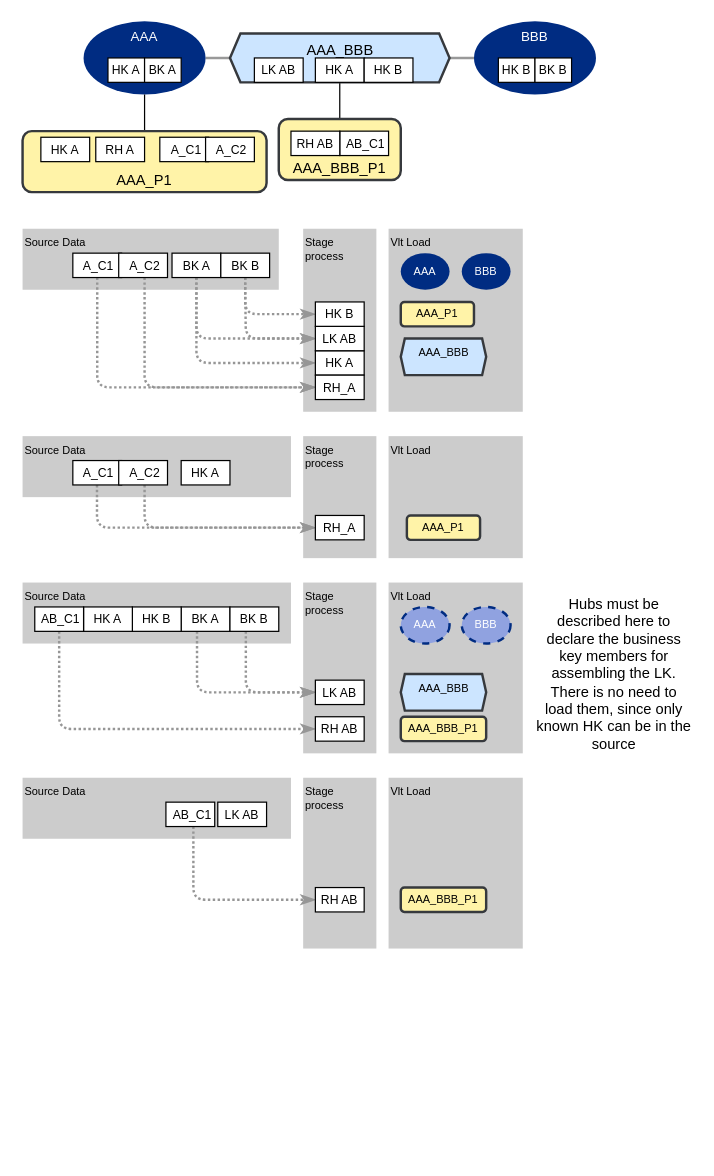
Earlier version of the draw.io diagram documentation/images/hash_source_scenarios.drawio (cimt-ag/data_vault_pipelinedescription). Source tidied: cells renumbered, new cells numbered last; positions are measured from the earlier drawing's top-left corner, leaving out a move shared by most shapes. Both pictures are drawn from the tidied source at 122%, with x=0, y=0 at pixel (22, 21).
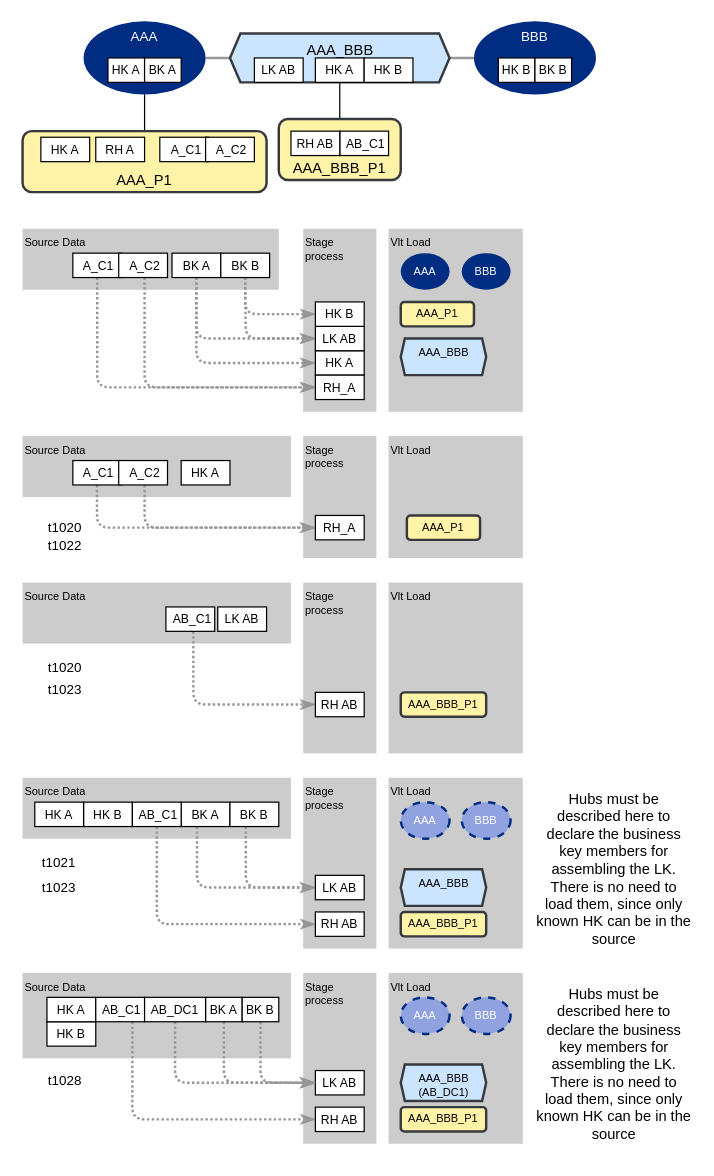
After the change.

Commit message (it also covers changes not shown here):
Added test for use_as_key_hash

What changed in the source:
```diff
@@
     <mxCell id="2" value="Stage &lt;br style=&quot;font-size: 9px;&quot;&gt;process" style="rounded=0;whiteSpace=wrap;html=1;fontFamily=Helvetica;fontSize=9;fontColor=#000000;verticalAlign=top;fillColor=#CCCCCC;strokeColor=none;align=left;" parent="1" vertex="1">
-      <mxGeometry x="230" y="460" width="60" height="140" as="geometry" />
+      <mxGeometry x="230" y="620" width="60" height="140" as="geometry" />
     </mxCell>
     <mxCell id="3" value="Source Data" style="rounded=0;whiteSpace=wrap;html=1;fontFamily=Helvetica;fontSize=9;fontColor=#000000;verticalAlign=top;fillColor=#CCCCCC;strokeColor=none;align=left;" parent="1" vertex="1">
-      <mxGeometry y="460" width="220" height="50" as="geometry" />
+      <mxGeometry y="620" width="220" height="50" as="geometry" />
     </mxCell>
@@
     <mxCell id="21" style="edgeStyle=orthogonalEdgeStyle;shape=connector;rounded=1;jumpStyle=none;jettySize=auto;html=1;dashed=1;dashPattern=1 1;labelBackgroundColor=default;strokeColor=#969696;strokeWidth=2;fontFamily=Helvetica;fontSize=11;fontColor=#C2C2C2;endArrow=classicThin;endFill=1;" parent="1" edge="1" source="22" target="25">
       <mxGeometry relative="1" as="geometry">
         <Array as="points">
-          <mxPoint x="143" y="550" />
+          <mxPoint x="143" y="710" />
         </Array>
       </mxGeometry>
     </mxCell>
     <mxCell id="22" value="BK A" style="rounded=0;whiteSpace=wrap;html=1;fontSize=10;" parent="1" vertex="1">
-      <mxGeometry x="130" y="480" width="40" height="20" as="geometry" />
+      <mxGeometry x="130" y="640" width="40" height="20" as="geometry" />
     </mxCell>
     <mxCell id="23" style="edgeStyle=orthogonalEdgeStyle;shape=connector;rounded=1;jumpStyle=none;jettySize=auto;html=1;dashed=1;dashPattern=1 1;labelBackgroundColor=default;strokeColor=#969696;strokeWidth=2;fontFamily=Helvetica;fontSize=11;fontColor=#C2C2C2;endArrow=classicThin;endFill=1;" parent="1" edge="1" source="24" target="25">
       <mxGeometry relative="1" as="geometry">
         <Array as="points">
-          <mxPoint x="183" y="510" />
-          <mxPoint x="183" y="510" />
-          <mxPoint x="183" y="550" />
+          <mxPoint x="183" y="670" />
+          <mxPoint x="183" y="670" />
+          <mxPoint x="183" y="710" />
         </Array>
       </mxGeometry>
     </mxCell>
     <mxCell id="24" value="BK B" style="rounded=0;whiteSpace=wrap;html=1;fontSize=10;" parent="1" vertex="1">
-      <mxGeometry x="170" y="480" width="40" height="20" as="geometry" />
+      <mxGeometry x="170" y="640" width="40" height="20" as="geometry" />
     </mxCell>
     <mxCell id="25" value="LK AB" style="rounded=0;whiteSpace=wrap;html=1;fontSize=10;" parent="1" vertex="1">
-      <mxGeometry x="240" y="540" width="40" height="20" as="geometry" />
+      <mxGeometry x="240" y="700" width="40" height="20" as="geometry" />
     </mxCell>
     <mxCell id="26" value="Vlt Load" style="rounded=0;whiteSpace=wrap;html=1;fontFamily=Helvetica;fontSize=9;fontColor=#000000;verticalAlign=top;fillColor=#CCCCCC;strokeColor=none;align=left;" parent="1" vertex="1">
-      <mxGeometry x="300" y="460" width="110" height="140" as="geometry" />
+      <mxGeometry x="300" y="620" width="110" height="140" as="geometry" />
     </mxCell>
@@
     <mxCell id="29" value="AAA" style="strokeWidth=2;html=1;shape=mxgraph.flowchart.start_1;whiteSpace=wrap;strokeColor=#002C82;fontColor=#ffffff;fillColor=#90A2E0;fontFamily=Helvetica;fontSize=9;verticalAlign=middle;dashed=1;" parent="1" vertex="1">
-      <mxGeometry x="310" y="480" width="40" height="30" as="geometry" />
+      <mxGeometry x="310" y="640" width="40" height="30" as="geometry" />
     </mxCell>
     <mxCell id="30" value="AAA_BBB" style="verticalLabelPosition=middle;verticalAlign=top;html=1;shape=hexagon;perimeter=hexagonPerimeter2;arcSize=6;size=0.047619047619047616;fillColor=#cce5ff;strokeColor=#36393d;strokeWidth=2;labelPosition=center;align=center;fontSize=9;" parent="1" vertex="1">
-      <mxGeometry x="310" y="535" width="70" height="30" as="geometry" />
+      <mxGeometry x="310" y="695" width="70" height="30" as="geometry" />
     </mxCell>
     <mxCell id="31" value="BBB" style="strokeWidth=2;html=1;shape=mxgraph.flowchart.start_1;whiteSpace=wrap;strokeColor=#002C82;fontColor=#ffffff;fillColor=#90A2E0;fontFamily=Helvetica;fontSize=9;verticalAlign=middle;dashed=1;" parent="1" vertex="1">
-      <mxGeometry x="360" y="480" width="40" height="30" as="geometry" />
+      <mxGeometry x="360" y="640" width="40" height="30" as="geometry" />
     </mxCell>
@@
     <mxCell id="63" value="HK B" style="rounded=0;whiteSpace=wrap;html=1;fontSize=10;" parent="1" vertex="1">
-      <mxGeometry x="90" y="480" width="40" height="20" as="geometry" />
+      <mxGeometry x="50" y="640" width="40" height="20" as="geometry" />
     </mxCell>
     <mxCell id="64" value="HK A" style="rounded=0;whiteSpace=wrap;html=1;fontSize=10;" parent="1" vertex="1">
-      <mxGeometry x="50" y="480" width="40" height="20" as="geometry" />
+      <mxGeometry x="10" y="640" width="40" height="20" as="geometry" />
     </mxCell>
@@
     <mxCell id="68" style="edgeStyle=orthogonalEdgeStyle;shape=connector;rounded=1;jumpStyle=none;jettySize=auto;html=1;entryX=0;entryY=0.5;entryDx=0;entryDy=0;dashed=1;dashPattern=1 1;labelBackgroundColor=default;strokeColor=#969696;strokeWidth=2;fontFamily=Helvetica;fontSize=11;fontColor=#C2C2C2;endArrow=classicThin;endFill=1;" parent="1" edge="1" source="69" target="70">
       <mxGeometry relative="1" as="geometry">
         <Array as="points">
-          <mxPoint x="30" y="580" />
+          <mxPoint x="110" y="740" />
         </Array>
       </mxGeometry>
     </mxCell>
     <mxCell id="69" value="&amp;nbsp;AB_C1" style="rounded=0;whiteSpace=wrap;html=1;fontSize=10;" parent="1" vertex="1">
-      <mxGeometry x="10" y="480" width="40" height="20" as="geometry" />
+      <mxGeometry x="90" y="640" width="40" height="20" as="geometry" />
     </mxCell>
     <mxCell id="70" value="RH AB" style="rounded=0;whiteSpace=wrap;html=1;fontSize=10;" parent="1" vertex="1">
-      <mxGeometry x="240" y="570" width="40" height="20" as="geometry" />
+      <mxGeometry x="240" y="730" width="40" height="20" as="geometry" />
     </mxCell>
     <mxCell id="71" value="AAA_BBB_P1" style="rounded=1;whiteSpace=wrap;html=1;strokeColor=#36393d;fillColor=#FFF3A8;strokeWidth=2;verticalAlign=middle;fontSize=9;" parent="1" vertex="1">
-      <mxGeometry x="310" y="570" width="70" height="20" as="geometry" />
+      <mxGeometry x="310" y="730" width="70" height="20" as="geometry" />
     </mxCell>
     <mxCell id="72" value="Stage &lt;br style=&quot;font-size: 9px;&quot;&gt;process" style="rounded=0;whiteSpace=wrap;html=1;fontFamily=Helvetica;fontSize=9;fontColor=#000000;verticalAlign=top;fillColor=#CCCCCC;strokeColor=none;align=left;" parent="1" vertex="1">
-      <mxGeometry x="230" y="620" width="60" height="140" as="geometry" />
+      <mxGeometry x="230" y="460" width="60" height="140" as="geometry" />
     </mxCell>
     <mxCell id="73" value="Source Data" style="rounded=0;whiteSpace=wrap;html=1;fontFamily=Helvetica;fontSize=9;fontColor=#000000;verticalAlign=top;fillColor=#CCCCCC;strokeColor=none;align=left;" parent="1" vertex="1">
-      <mxGeometry y="620" width="220" height="50" as="geometry" />
+      <mxGeometry y="460" width="220" height="50" as="geometry" />
     </mxCell>
     <mxCell id="74" value="Vlt Load" style="rounded=0;whiteSpace=wrap;html=1;fontFamily=Helvetica;fontSize=9;fontColor=#000000;verticalAlign=top;fillColor=#CCCCCC;strokeColor=none;align=left;" parent="1" vertex="1">
-      <mxGeometry x="300" y="620" width="110" height="140" as="geometry" />
+      <mxGeometry x="300" y="460" width="110" height="140" as="geometry" />
     </mxCell>
     <mxCell id="75" style="edgeStyle=orthogonalEdgeStyle;shape=connector;rounded=1;jumpStyle=none;jettySize=auto;html=1;entryX=0;entryY=0.5;entryDx=0;entryDy=0;dashed=1;dashPattern=1 1;labelBackgroundColor=default;strokeColor=#969696;strokeWidth=2;fontFamily=Helvetica;fontSize=11;fontColor=#C2C2C2;endArrow=classicThin;endFill=1;" parent="1" edge="1" source="76" target="77">
       <mxGeometry relative="1" as="geometry">
         <Array as="points">
-          <mxPoint x="140" y="720" />
+          <mxPoint x="140" y="560" />
         </Array>
       </mxGeometry>
     </mxCell>
     <mxCell id="76" value="&amp;nbsp;AB_C1" style="rounded=0;whiteSpace=wrap;html=1;fontSize=10;" parent="1" vertex="1">
-      <mxGeometry x="117.5" y="640" width="40" height="20" as="geometry" />
+      <mxGeometry x="117.5" y="480" width="40" height="20" as="geometry" />
     </mxCell>
     <mxCell id="77" value="RH AB" style="rounded=0;whiteSpace=wrap;html=1;fontSize=10;" parent="1" vertex="1">
-      <mxGeometry x="240" y="710" width="40" height="20" as="geometry" />
+      <mxGeometry x="240" y="550" width="40" height="20" as="geometry" />
     </mxCell>
     <mxCell id="78" value="AAA_BBB_P1" style="rounded=1;whiteSpace=wrap;html=1;strokeColor=#36393d;fillColor=#FFF3A8;strokeWidth=2;verticalAlign=middle;fontSize=9;" parent="1" vertex="1">
-      <mxGeometry x="310" y="710" width="70" height="20" as="geometry" />
+      <mxGeometry x="310" y="550" width="70" height="20" as="geometry" />
     </mxCell>
     <mxCell id="79" value="LK AB" style="rounded=0;whiteSpace=wrap;html=1;fontSize=10;" parent="1" vertex="1">
-      <mxGeometry x="160" y="640" width="40" height="20" as="geometry" />
+      <mxGeometry x="160" y="480" width="40" height="20" as="geometry" />
     </mxCell>
     <mxCell id="80" value="Hubs must be described here to declare the business key members for assembling the LK.&lt;br&gt;There is no need to load them, since only known HK can be in the source" style="text;html=1;strokeColor=none;fillColor=none;align=center;verticalAlign=middle;whiteSpace=wrap;rounded=0;fontSize=12;fontFamily=Helvetica;fontColor=#000000;" parent="1" vertex="1">
-      <mxGeometry x="420" y="460" width="130" height="150" as="geometry" />
+      <mxGeometry x="420" y="620" width="130" height="150" as="geometry" />
     </mxCell>
+    <mxCell id="81" value="Stage &lt;br style=&quot;font-size: 9px;&quot;&gt;process" style="rounded=0;whiteSpace=wrap;html=1;fontFamily=Helvetica;fontSize=9;fontColor=#000000;verticalAlign=top;fillColor=#CCCCCC;strokeColor=none;align=left;" parent="1" vertex="1">
+      <mxGeometry x="230" y="780" width="60" height="140" as="geometry" />
+    </mxCell>
+    <mxCell id="82" value="Source Data" style="rounded=0;whiteSpace=wrap;html=1;fontFamily=Helvetica;fontSize=9;fontColor=#000000;verticalAlign=top;fillColor=#CCCCCC;strokeColor=none;align=left;" parent="1" vertex="1">
+      <mxGeometry y="780" width="220" height="70" as="geometry" />
+    </mxCell>
+    <mxCell id="83" style="edgeStyle=orthogonalEdgeStyle;shape=connector;rounded=1;jumpStyle=none;jettySize=auto;html=1;dashed=1;dashPattern=1 1;labelBackgroundColor=default;strokeColor=#969696;strokeWidth=2;fontFamily=Helvetica;fontSize=11;fontColor=#C2C2C2;endArrow=classicThin;endFill=1;" parent="1" edge="1" source="84" target="87">
+      <mxGeometry relative="1" as="geometry">
+        <Array as="points">
+          <mxPoint x="165" y="870" />
+        </Array>
+      </mxGeometry>
+    </mxCell>
+    <mxCell id="84" value="BK A" style="rounded=0;whiteSpace=wrap;html=1;fontSize=10;" parent="1" vertex="1">
+      <mxGeometry x="150" y="800" width="30" height="20" as="geometry" />
+    </mxCell>
+    <mxCell id="85" style="edgeStyle=orthogonalEdgeStyle;shape=connector;rounded=1;jumpStyle=none;jettySize=auto;html=1;dashed=1;dashPattern=1 1;labelBackgroundColor=default;strokeColor=#969696;strokeWidth=2;fontFamily=Helvetica;fontSize=11;fontColor=#C2C2C2;endArrow=classicThin;endFill=1;" parent="1" edge="1" source="86" target="87">
+      <mxGeometry relative="1" as="geometry">
+        <Array as="points">
+          <mxPoint x="195" y="870" />
+        </Array>
+      </mxGeometry>
+    </mxCell>
+    <mxCell id="86" value="BK B" style="rounded=0;whiteSpace=wrap;html=1;fontSize=10;" parent="1" vertex="1">
+      <mxGeometry x="180" y="800" width="30" height="20" as="geometry" />
+    </mxCell>
+    <mxCell id="87" value="LK AB" style="rounded=0;whiteSpace=wrap;html=1;fontSize=10;" parent="1" vertex="1">
+      <mxGeometry x="240" y="860" width="40" height="20" as="geometry" />
+    </mxCell>
+    <mxCell id="88" value="Vlt Load" style="rounded=0;whiteSpace=wrap;html=1;fontFamily=Helvetica;fontSize=9;fontColor=#000000;verticalAlign=top;fillColor=#CCCCCC;strokeColor=none;align=left;" parent="1" vertex="1">
+      <mxGeometry x="300" y="780" width="110" height="140" as="geometry" />
+    </mxCell>
+    <mxCell id="89" value="AAA" style="strokeWidth=2;html=1;shape=mxgraph.flowchart.start_1;whiteSpace=wrap;strokeColor=#002C82;fontColor=#ffffff;fillColor=#90A2E0;fontFamily=Helvetica;fontSize=9;verticalAlign=middle;dashed=1;" parent="1" vertex="1">
+      <mxGeometry x="310" y="800" width="40" height="30" as="geometry" />
+    </mxCell>
+    <mxCell id="90" value="AAA_BBB&lt;br&gt;(AB_DC1)" style="verticalLabelPosition=middle;verticalAlign=top;html=1;shape=hexagon;perimeter=hexagonPerimeter2;arcSize=6;size=0.047619047619047616;fillColor=#cce5ff;strokeColor=#36393d;strokeWidth=2;labelPosition=center;align=center;fontSize=9;" parent="1" vertex="1">
+      <mxGeometry x="310" y="855" width="70" height="30" as="geometry" />
+    </mxCell>
+    <mxCell id="91" value="BBB" style="strokeWidth=2;html=1;shape=mxgraph.flowchart.start_1;whiteSpace=wrap;strokeColor=#002C82;fontColor=#ffffff;fillColor=#90A2E0;fontFamily=Helvetica;fontSize=9;verticalAlign=middle;dashed=1;" parent="1" vertex="1">
+      <mxGeometry x="360" y="800" width="40" height="30" as="geometry" />
+    </mxCell>
+    <mxCell id="92" value="HK B" style="rounded=0;whiteSpace=wrap;html=1;fontSize=10;" parent="1" vertex="1">
+      <mxGeometry x="20" y="820" width="40" height="20" as="geometry" />
+    </mxCell>
+    <mxCell id="93" value="HK A" style="rounded=0;whiteSpace=wrap;html=1;fontSize=10;" parent="1" vertex="1">
+      <mxGeometry x="20" y="800" width="40" height="20" as="geometry" />
+    </mxCell>
+    <mxCell id="94" style="edgeStyle=orthogonalEdgeStyle;shape=connector;rounded=1;jumpStyle=none;jettySize=auto;html=1;entryX=0;entryY=0.5;entryDx=0;entryDy=0;dashed=1;dashPattern=1 1;labelBackgroundColor=default;strokeColor=#969696;strokeWidth=2;fontFamily=Helvetica;fontSize=11;fontColor=#C2C2C2;endArrow=classicThin;endFill=1;" parent="1" edge="1" source="95" target="96">
+      <mxGeometry relative="1" as="geometry">
+        <Array as="points">
+          <mxPoint x="90" y="900" />
+        </Array>
+      </mxGeometry>
+    </mxCell>
+    <mxCell id="95" value="&amp;nbsp;AB_C1" style="rounded=0;whiteSpace=wrap;html=1;fontSize=10;" parent="1" vertex="1">
+      <mxGeometry x="60" y="800" width="40" height="20" as="geometry" />
+    </mxCell>
+    <mxCell id="96" value="RH AB" style="rounded=0;whiteSpace=wrap;html=1;fontSize=10;" parent="1" vertex="1">
+      <mxGeometry x="240" y="890" width="40" height="20" as="geometry" />
+    </mxCell>
+    <mxCell id="97" value="AAA_BBB_P1" style="rounded=1;whiteSpace=wrap;html=1;strokeColor=#36393d;fillColor=#FFF3A8;strokeWidth=2;verticalAlign=middle;fontSize=9;" parent="1" vertex="1">
+      <mxGeometry x="310" y="890" width="70" height="20" as="geometry" />
+    </mxCell>
+    <mxCell id="98" value="Hubs must be described here to declare the business key members for assembling the LK.&lt;br&gt;There is no need to load them, since only known HK can be in the source" style="text;html=1;strokeColor=none;fillColor=none;align=center;verticalAlign=middle;whiteSpace=wrap;rounded=0;fontSize=12;fontFamily=Helvetica;fontColor=#000000;" parent="1" vertex="1">
+      <mxGeometry x="420" y="780" width="130" height="150" as="geometry" />
+    </mxCell>
+    <mxCell id="99" style="edgeStyle=orthogonalEdgeStyle;shape=connector;rounded=1;jumpStyle=none;jettySize=auto;html=1;entryX=0;entryY=0.5;entryDx=0;entryDy=0;dashed=1;dashPattern=1 1;labelBackgroundColor=default;strokeColor=#969696;strokeWidth=2;fontFamily=Helvetica;fontSize=11;fontColor=#C2C2C2;endArrow=classicThin;endFill=1;" parent="1" edge="1" source="100" target="87">
+      <mxGeometry relative="1" as="geometry">
+        <Array as="points">
+          <mxPoint x="125" y="870" />
+        </Array>
+      </mxGeometry>
+    </mxCell>
+    <mxCell id="100" value="AB_DC1" style="rounded=0;whiteSpace=wrap;html=1;fontSize=10;" parent="1" vertex="1">
+      <mxGeometry x="100" y="800" width="50" height="20" as="geometry" />
+    </mxCell>
+    <mxCell id="101" value="t1020" style="text;html=1;strokeColor=none;fillColor=none;align=center;verticalAlign=middle;whiteSpace=wrap;rounded=0;fontSize=11;fontFamily=Helvetica;fontColor=#000000;" parent="1" vertex="1">
+      <mxGeometry x="10" y="407.5" width="50" height="15" as="geometry" />
+    </mxCell>
+    <mxCell id="102" value="t1020" style="text;html=1;strokeColor=none;fillColor=none;align=center;verticalAlign=middle;whiteSpace=wrap;rounded=0;fontSize=11;fontFamily=Helvetica;fontColor=#000000;" parent="1" vertex="1">
+      <mxGeometry x="10" y="522.5" width="50" height="15" as="geometry" />
+    </mxCell>
+    <mxCell id="103" value="t1021" style="text;html=1;strokeColor=none;fillColor=none;align=center;verticalAlign=middle;whiteSpace=wrap;rounded=0;fontSize=11;fontFamily=Helvetica;fontColor=#000000;" parent="1" vertex="1">
+      <mxGeometry x="5" y="682.5" width="50" height="15" as="geometry" />
+    </mxCell>
+    <mxCell id="104" value="t1028" style="text;html=1;strokeColor=none;fillColor=none;align=center;verticalAlign=middle;whiteSpace=wrap;rounded=0;fontSize=11;fontFamily=Helvetica;fontColor=#000000;" parent="1" vertex="1">
+      <mxGeometry x="10" y="860" width="50" height="15" as="geometry" />
+    </mxCell>
+    <mxCell id="105" value="t1022" style="text;html=1;strokeColor=none;fillColor=none;align=center;verticalAlign=middle;whiteSpace=wrap;rounded=0;fontSize=11;fontFamily=Helvetica;fontColor=#000000;" parent="1" vertex="1">
+      <mxGeometry x="10" y="422.5" width="50" height="15" as="geometry" />
+    </mxCell>
+    <mxCell id="106" value="t1023" style="text;html=1;strokeColor=none;fillColor=none;align=center;verticalAlign=middle;whiteSpace=wrap;rounded=0;fontSize=11;fontFamily=Helvetica;fontColor=#000000;" parent="1" vertex="1">
+      <mxGeometry x="10" y="540" width="50" height="15" as="geometry" />
+    </mxCell>
+    <mxCell id="107" value="t1023" style="text;html=1;strokeColor=none;fillColor=none;align=center;verticalAlign=middle;whiteSpace=wrap;rounded=0;fontSize=11;fontFamily=Helvetica;fontColor=#000000;" parent="1" vertex="1">
+      <mxGeometry x="5" y="702.5" width="50" height="15" as="geometry" />
+    </mxCell>
```
